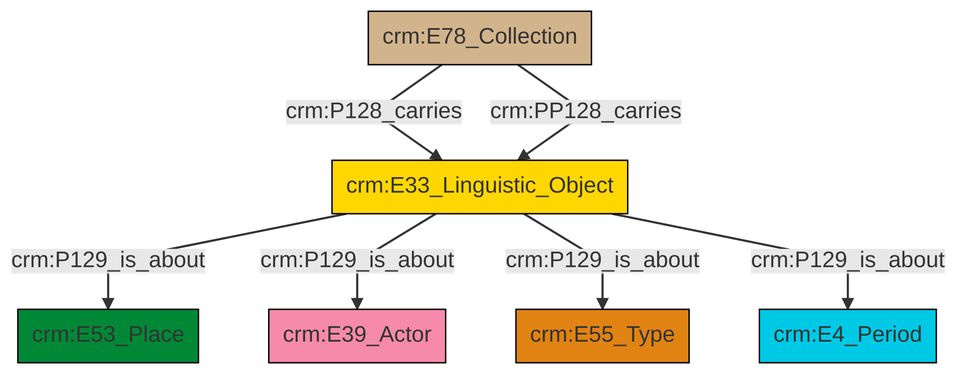
Before: et/archivalCSV/ttl/mmd/png/archival_aboutness.png, a diagram exported from Mermaid (swiss-art-research-net/docs.swissartresearch). Its source is kept beside it as et/archivalCSV/ttl/mmd/archival_aboutness.ttl.mmd.
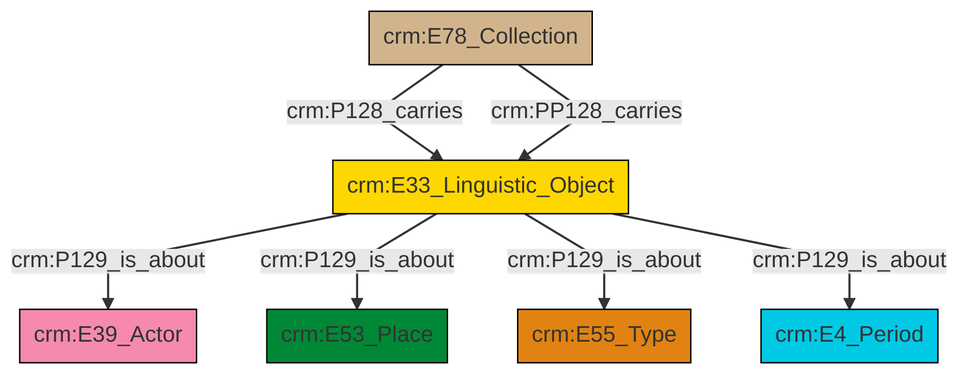
Later version of the same file.

The edit, as a diff of the source:
```diff
@@ -13,9 +13,9 @@
 classDef PC_Classes fill:#4ce600, stroke:#000000;
 classDef Multi fill:#cccccc,stroke:#000000;
 
-0["crm:E33_Linguistic_Object"]:::Conceptual_Object -->|crm:P129_is_about| 4["crm:E53_Place"]:::Place
-0["crm:E33_Linguistic_Object"]:::Conceptual_Object -->|crm:P129_is_about| 5["crm:E39_Actor"]:::Actor
-0["crm:E33_Linguistic_Object"]:::Conceptual_Object -->|crm:P129_is_about| 10["crm:E55_Type"]:::Type
-0["crm:E33_Linguistic_Object"]:::Conceptual_Object -->|crm:P129_is_about| 2["crm:E4_Period"]:::Temporal_Entity
-8["crm:E78_Collection"]:::Physical_Thing -->|crm:P128_carries| 0["crm:E33_Linguistic_Object"]:::Conceptual_Object
-8["crm:E78_Collection"]:::Physical_Thing -->|crm:PP128_carries| 0["crm:E33_Linguistic_Object"]:::Conceptual_Object
+0["crm:E78_Collection"]:::Physical_Thing -->|crm:P128_carries| 1["crm:E33_Linguistic_Object"]:::Conceptual_Object
+1["crm:E33_Linguistic_Object"]:::Conceptual_Object -->|crm:P129_is_about| 2["crm:E39_Actor"]:::Actor
+1["crm:E33_Linguistic_Object"]:::Conceptual_Object -->|crm:P129_is_about| 7["crm:E53_Place"]:::Place
+1["crm:E33_Linguistic_Object"]:::Conceptual_Object -->|crm:P129_is_about| 8["crm:E55_Type"]:::Type
+1["crm:E33_Linguistic_Object"]:::Conceptual_Object -->|crm:P129_is_about| 5["crm:E4_Period"]:::Temporal_Entity
+0["crm:E78_Collection"]:::Physical_Thing -->|crm:PP128_carries| 1["crm:E33_Linguistic_Object"]:::Conceptual_Object
```
